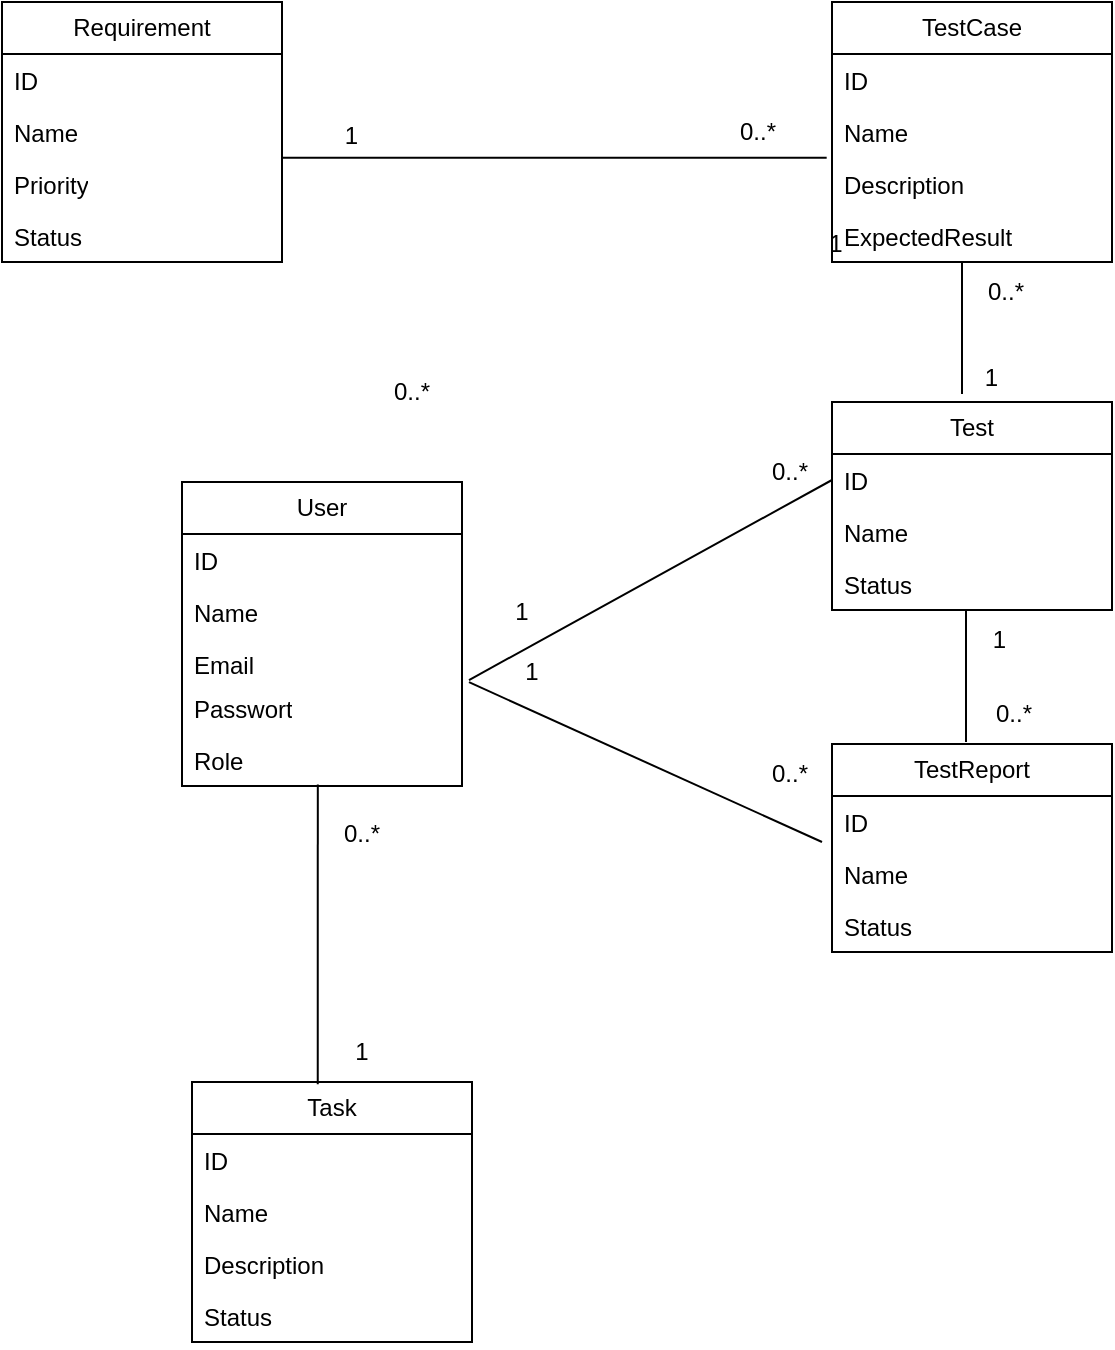
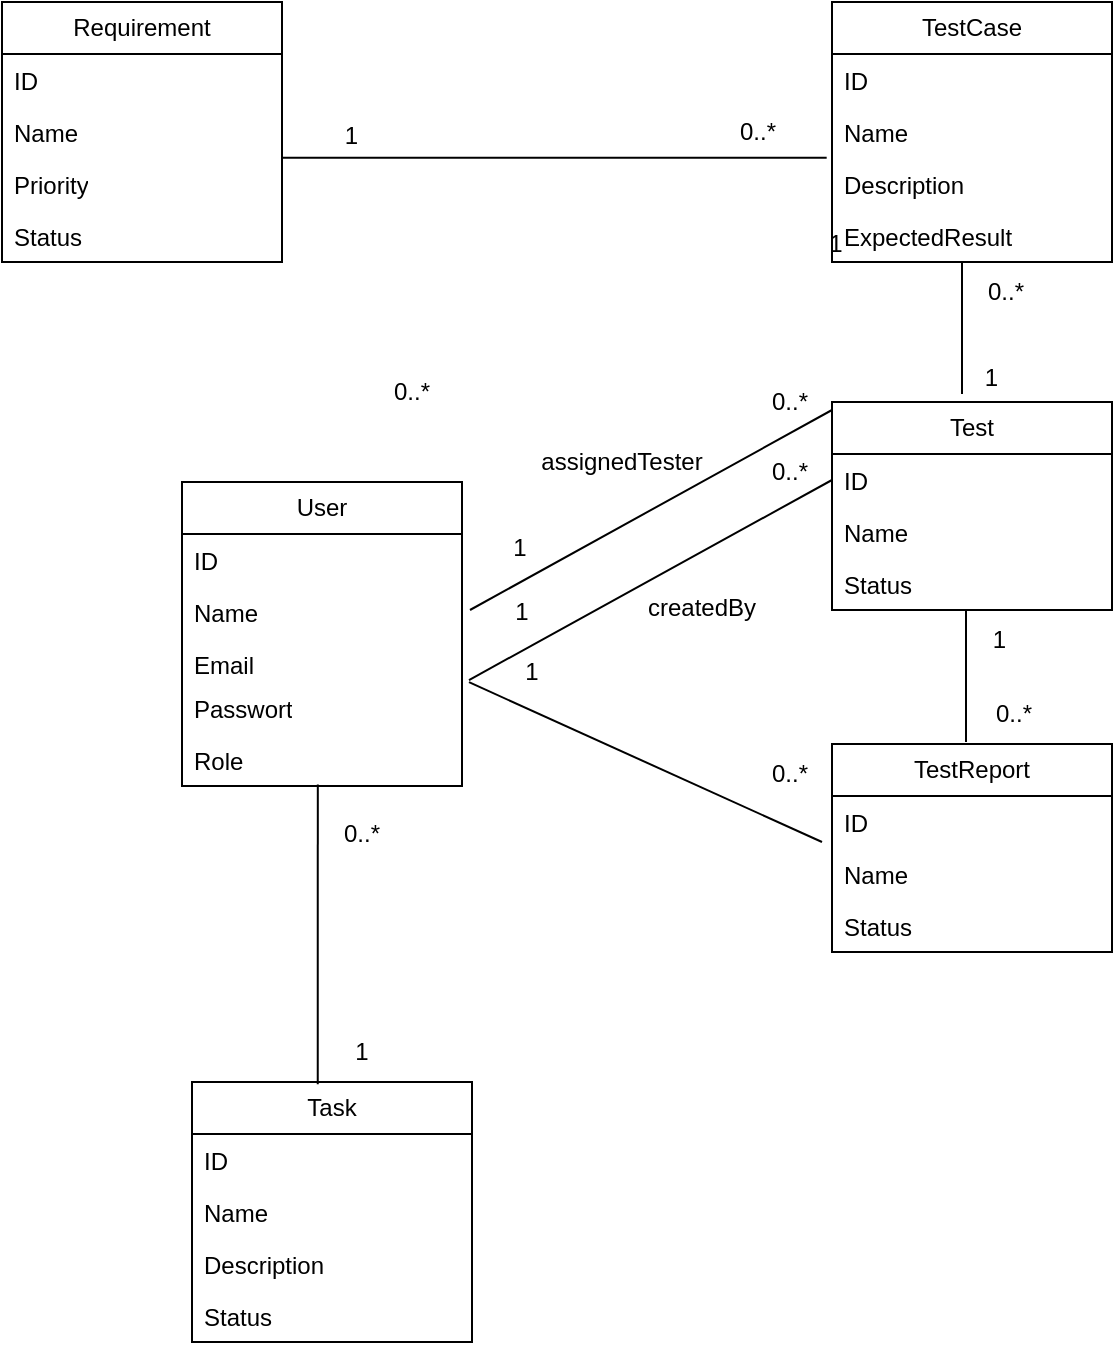
<mxfile host="app.diagrams.net" agent="Mozilla/5.0 (Macintosh; Intel Mac OS X 10_15_7) AppleWebKit/605.1.15 (KHTML, like Gecko) Version/26.2 Safari/605.1.15">
  <diagram name="Page-1" id="9UJmMtd8jPqIVRHSLT7q">
    <mxGraphModel dx="1571" dy="971" grid="1" gridSize="10" guides="1" tooltips="1" connect="1" arrows="1" fold="1" page="1" pageScale="1" pageWidth="827" pageHeight="1169" math="0" shadow="0">
      <root>
        <mxCell id="0" />
        <mxCell id="1" parent="0" />
        <mxCell id="j4pG7-vl0huJbFuu1q33-1" parent="1" style="swimlane;fontStyle=0;childLayout=stackLayout;horizontal=1;startSize=26;fillColor=none;horizontalStack=0;resizeParent=1;resizeParentMax=0;resizeLast=0;collapsible=1;marginBottom=0;whiteSpace=wrap;html=1;" value="User" vertex="1">
          <mxGeometry height="152" width="140" x="140" y="280" as="geometry" />
        </mxCell>
        <mxCell id="j4pG7-vl0huJbFuu1q33-2" parent="j4pG7-vl0huJbFuu1q33-1" style="text;strokeColor=none;fillColor=none;align=left;verticalAlign=top;spacingLeft=4;spacingRight=4;overflow=hidden;rotatable=0;points=[[0,0.5],[1,0.5]];portConstraint=eastwest;whiteSpace=wrap;html=1;" value="ID" vertex="1">
          <mxGeometry height="26" width="140" y="26" as="geometry" />
        </mxCell>
        <mxCell id="j4pG7-vl0huJbFuu1q33-3" parent="j4pG7-vl0huJbFuu1q33-1" style="text;strokeColor=none;fillColor=none;align=left;verticalAlign=top;spacingLeft=4;spacingRight=4;overflow=hidden;rotatable=0;points=[[0,0.5],[1,0.5]];portConstraint=eastwest;whiteSpace=wrap;html=1;" value="Name" vertex="1">
          <mxGeometry height="26" width="140" y="52" as="geometry" />
        </mxCell>
        <mxCell id="j4pG7-vl0huJbFuu1q33-4" parent="j4pG7-vl0huJbFuu1q33-1" style="text;strokeColor=none;fillColor=none;align=left;verticalAlign=top;spacingLeft=4;spacingRight=4;overflow=hidden;rotatable=0;points=[[0,0.5],[1,0.5]];portConstraint=eastwest;whiteSpace=wrap;html=1;" value="Email" vertex="1">
          <mxGeometry height="22" width="140" y="78" as="geometry" />
        </mxCell>
        <mxCell id="o-WvR14eICfOpZ58rvUq-1" parent="j4pG7-vl0huJbFuu1q33-1" style="text;strokeColor=none;fillColor=none;align=left;verticalAlign=top;spacingLeft=4;spacingRight=4;overflow=hidden;rotatable=0;points=[[0,0.5],[1,0.5]];portConstraint=eastwest;whiteSpace=wrap;html=1;" value="Passwort" vertex="1">
          <mxGeometry height="26" width="140" y="100" as="geometry" />
        </mxCell>
        <mxCell id="o-WvR14eICfOpZ58rvUq-2" parent="j4pG7-vl0huJbFuu1q33-1" style="text;strokeColor=none;fillColor=none;align=left;verticalAlign=top;spacingLeft=4;spacingRight=4;overflow=hidden;rotatable=0;points=[[0,0.5],[1,0.5]];portConstraint=eastwest;whiteSpace=wrap;html=1;" value="Role" vertex="1">
          <mxGeometry height="26" width="140" y="126" as="geometry" />
        </mxCell>
        <mxCell id="o-WvR14eICfOpZ58rvUq-3" parent="1" style="swimlane;fontStyle=0;childLayout=stackLayout;horizontal=1;startSize=26;fillColor=none;horizontalStack=0;resizeParent=1;resizeParentMax=0;resizeLast=0;collapsible=1;marginBottom=0;whiteSpace=wrap;html=1;" value="Requirement" vertex="1">
          <mxGeometry height="130" width="140" x="50" y="40" as="geometry" />
        </mxCell>
        <mxCell id="o-WvR14eICfOpZ58rvUq-4" parent="o-WvR14eICfOpZ58rvUq-3" style="text;strokeColor=none;fillColor=none;align=left;verticalAlign=top;spacingLeft=4;spacingRight=4;overflow=hidden;rotatable=0;points=[[0,0.5],[1,0.5]];portConstraint=eastwest;whiteSpace=wrap;html=1;" value="ID" vertex="1">
          <mxGeometry height="26" width="140" y="26" as="geometry" />
        </mxCell>
        <mxCell id="o-WvR14eICfOpZ58rvUq-5" parent="o-WvR14eICfOpZ58rvUq-3" style="text;strokeColor=none;fillColor=none;align=left;verticalAlign=top;spacingLeft=4;spacingRight=4;overflow=hidden;rotatable=0;points=[[0,0.5],[1,0.5]];portConstraint=eastwest;whiteSpace=wrap;html=1;" value="Name" vertex="1">
          <mxGeometry height="26" width="140" y="52" as="geometry" />
        </mxCell>
        <mxCell id="o-WvR14eICfOpZ58rvUq-6" parent="o-WvR14eICfOpZ58rvUq-3" style="text;strokeColor=none;fillColor=none;align=left;verticalAlign=top;spacingLeft=4;spacingRight=4;overflow=hidden;rotatable=0;points=[[0,0.5],[1,0.5]];portConstraint=eastwest;whiteSpace=wrap;html=1;" value="Priority" vertex="1">
          <mxGeometry height="26" width="140" y="78" as="geometry" />
        </mxCell>
        <mxCell id="o-WvR14eICfOpZ58rvUq-7" parent="o-WvR14eICfOpZ58rvUq-3" style="text;strokeColor=none;fillColor=none;align=left;verticalAlign=top;spacingLeft=4;spacingRight=4;overflow=hidden;rotatable=0;points=[[0,0.5],[1,0.5]];portConstraint=eastwest;whiteSpace=wrap;html=1;" value="Status" vertex="1">
          <mxGeometry height="26" width="140" y="104" as="geometry" />
        </mxCell>
        <mxCell id="o-WvR14eICfOpZ58rvUq-9" parent="1" style="swimlane;fontStyle=0;childLayout=stackLayout;horizontal=1;startSize=26;fillColor=none;horizontalStack=0;resizeParent=1;resizeParentMax=0;resizeLast=0;collapsible=1;marginBottom=0;whiteSpace=wrap;html=1;" value="TestCase" vertex="1">
          <mxGeometry height="130" width="140" x="465" y="40" as="geometry" />
        </mxCell>
        <mxCell id="o-WvR14eICfOpZ58rvUq-10" parent="o-WvR14eICfOpZ58rvUq-9" style="text;strokeColor=none;fillColor=none;align=left;verticalAlign=top;spacingLeft=4;spacingRight=4;overflow=hidden;rotatable=0;points=[[0,0.5],[1,0.5]];portConstraint=eastwest;whiteSpace=wrap;html=1;" value="ID" vertex="1">
          <mxGeometry height="26" width="140" y="26" as="geometry" />
        </mxCell>
        <mxCell id="o-WvR14eICfOpZ58rvUq-11" parent="o-WvR14eICfOpZ58rvUq-9" style="text;strokeColor=none;fillColor=none;align=left;verticalAlign=top;spacingLeft=4;spacingRight=4;overflow=hidden;rotatable=0;points=[[0,0.5],[1,0.5]];portConstraint=eastwest;whiteSpace=wrap;html=1;" value="Name" vertex="1">
          <mxGeometry height="26" width="140" y="52" as="geometry" />
        </mxCell>
        <mxCell id="o-WvR14eICfOpZ58rvUq-12" parent="o-WvR14eICfOpZ58rvUq-9" style="text;strokeColor=none;fillColor=none;align=left;verticalAlign=top;spacingLeft=4;spacingRight=4;overflow=hidden;rotatable=0;points=[[0,0.5],[1,0.5]];portConstraint=eastwest;whiteSpace=wrap;html=1;" value="Description" vertex="1">
          <mxGeometry height="26" width="140" y="78" as="geometry" />
        </mxCell>
        <mxCell id="o-WvR14eICfOpZ58rvUq-13" parent="o-WvR14eICfOpZ58rvUq-9" style="text;strokeColor=none;fillColor=none;align=left;verticalAlign=top;spacingLeft=4;spacingRight=4;overflow=hidden;rotatable=0;points=[[0,0.5],[1,0.5]];portConstraint=eastwest;whiteSpace=wrap;html=1;" value="ExpectedResult" vertex="1">
          <mxGeometry height="26" width="140" y="104" as="geometry" />
        </mxCell>
        <mxCell id="o-WvR14eICfOpZ58rvUq-14" parent="1" style="swimlane;fontStyle=0;childLayout=stackLayout;horizontal=1;startSize=26;fillColor=none;horizontalStack=0;resizeParent=1;resizeParentMax=0;resizeLast=0;collapsible=1;marginBottom=0;whiteSpace=wrap;html=1;" value="Test" vertex="1">
          <mxGeometry height="104" width="140" x="465" y="240" as="geometry" />
        </mxCell>
        <mxCell id="o-WvR14eICfOpZ58rvUq-15" parent="o-WvR14eICfOpZ58rvUq-14" style="text;strokeColor=none;fillColor=none;align=left;verticalAlign=top;spacingLeft=4;spacingRight=4;overflow=hidden;rotatable=0;points=[[0,0.5],[1,0.5]];portConstraint=eastwest;whiteSpace=wrap;html=1;" value="ID" vertex="1">
          <mxGeometry height="26" width="140" y="26" as="geometry" />
        </mxCell>
        <mxCell id="o-WvR14eICfOpZ58rvUq-16" parent="o-WvR14eICfOpZ58rvUq-14" style="text;strokeColor=none;fillColor=none;align=left;verticalAlign=top;spacingLeft=4;spacingRight=4;overflow=hidden;rotatable=0;points=[[0,0.5],[1,0.5]];portConstraint=eastwest;whiteSpace=wrap;html=1;" value="Name" vertex="1">
          <mxGeometry height="26" width="140" y="52" as="geometry" />
        </mxCell>
        <mxCell id="o-WvR14eICfOpZ58rvUq-17" parent="o-WvR14eICfOpZ58rvUq-14" style="text;strokeColor=none;fillColor=none;align=left;verticalAlign=top;spacingLeft=4;spacingRight=4;overflow=hidden;rotatable=0;points=[[0,0.5],[1,0.5]];portConstraint=eastwest;whiteSpace=wrap;html=1;" value="Status" vertex="1">
          <mxGeometry height="26" width="140" y="78" as="geometry" />
        </mxCell>
        <mxCell id="o-WvR14eICfOpZ58rvUq-19" parent="1" style="swimlane;fontStyle=0;childLayout=stackLayout;horizontal=1;startSize=26;fillColor=none;horizontalStack=0;resizeParent=1;resizeParentMax=0;resizeLast=0;collapsible=1;marginBottom=0;whiteSpace=wrap;html=1;" value="Task" vertex="1">
          <mxGeometry height="130" width="140" x="145" y="580" as="geometry" />
        </mxCell>
        <mxCell id="o-WvR14eICfOpZ58rvUq-20" parent="o-WvR14eICfOpZ58rvUq-19" style="text;strokeColor=none;fillColor=none;align=left;verticalAlign=top;spacingLeft=4;spacingRight=4;overflow=hidden;rotatable=0;points=[[0,0.5],[1,0.5]];portConstraint=eastwest;whiteSpace=wrap;html=1;" value="ID" vertex="1">
          <mxGeometry height="26" width="140" y="26" as="geometry" />
        </mxCell>
        <mxCell id="o-WvR14eICfOpZ58rvUq-21" parent="o-WvR14eICfOpZ58rvUq-19" style="text;strokeColor=none;fillColor=none;align=left;verticalAlign=top;spacingLeft=4;spacingRight=4;overflow=hidden;rotatable=0;points=[[0,0.5],[1,0.5]];portConstraint=eastwest;whiteSpace=wrap;html=1;" value="Name" vertex="1">
          <mxGeometry height="26" width="140" y="52" as="geometry" />
        </mxCell>
        <mxCell id="o-WvR14eICfOpZ58rvUq-22" parent="o-WvR14eICfOpZ58rvUq-19" style="text;strokeColor=none;fillColor=none;align=left;verticalAlign=top;spacingLeft=4;spacingRight=4;overflow=hidden;rotatable=0;points=[[0,0.5],[1,0.5]];portConstraint=eastwest;whiteSpace=wrap;html=1;" value="Description" vertex="1">
          <mxGeometry height="26" width="140" y="78" as="geometry" />
        </mxCell>
        <mxCell id="o-WvR14eICfOpZ58rvUq-23" parent="o-WvR14eICfOpZ58rvUq-19" style="text;strokeColor=none;fillColor=none;align=left;verticalAlign=top;spacingLeft=4;spacingRight=4;overflow=hidden;rotatable=0;points=[[0,0.5],[1,0.5]];portConstraint=eastwest;whiteSpace=wrap;html=1;" value="Status" vertex="1">
          <mxGeometry height="26" width="140" y="104" as="geometry" />
        </mxCell>
        <mxCell id="o-WvR14eICfOpZ58rvUq-24" parent="1" style="swimlane;fontStyle=0;childLayout=stackLayout;horizontal=1;startSize=26;fillColor=none;horizontalStack=0;resizeParent=1;resizeParentMax=0;resizeLast=0;collapsible=1;marginBottom=0;whiteSpace=wrap;html=1;" value="TestReport" vertex="1">
          <mxGeometry height="104" width="140" x="465" y="411" as="geometry" />
        </mxCell>
        <mxCell id="o-WvR14eICfOpZ58rvUq-25" parent="o-WvR14eICfOpZ58rvUq-24" style="text;strokeColor=none;fillColor=none;align=left;verticalAlign=top;spacingLeft=4;spacingRight=4;overflow=hidden;rotatable=0;points=[[0,0.5],[1,0.5]];portConstraint=eastwest;whiteSpace=wrap;html=1;" value="ID" vertex="1">
          <mxGeometry height="26" width="140" y="26" as="geometry" />
        </mxCell>
        <mxCell id="drSWdjsGve0Spve9kgra-5" parent="o-WvR14eICfOpZ58rvUq-24" style="text;strokeColor=none;fillColor=none;align=left;verticalAlign=top;spacingLeft=4;spacingRight=4;overflow=hidden;rotatable=0;points=[[0,0.5],[1,0.5]];portConstraint=eastwest;whiteSpace=wrap;html=1;" value="Name" vertex="1">
          <mxGeometry height="26" width="140" y="52" as="geometry" />
        </mxCell>
        <mxCell id="o-WvR14eICfOpZ58rvUq-27" parent="o-WvR14eICfOpZ58rvUq-24" style="text;strokeColor=none;fillColor=none;align=left;verticalAlign=top;spacingLeft=4;spacingRight=4;overflow=hidden;rotatable=0;points=[[0,0.5],[1,0.5]];portConstraint=eastwest;whiteSpace=wrap;html=1;" value="Status" vertex="1">
          <mxGeometry height="26" width="140" y="78" as="geometry" />
        </mxCell>
        <mxCell id="o-WvR14eICfOpZ58rvUq-37" parent="1" style="text;html=1;whiteSpace=wrap;strokeColor=none;fillColor=none;align=center;verticalAlign=middle;rounded=0;" value="1" vertex="1">
          <mxGeometry height="30" width="60" x="437" y="146" as="geometry" />
        </mxCell>
        <mxCell id="o-WvR14eICfOpZ58rvUq-38" parent="1" style="text;html=1;whiteSpace=wrap;strokeColor=none;fillColor=none;align=center;verticalAlign=middle;rounded=0;" value="0..*" vertex="1">
          <mxGeometry height="30" width="60" x="398" y="90" as="geometry" />
        </mxCell>
        <mxCell id="o-WvR14eICfOpZ58rvUq-39" parent="1" style="text;html=1;whiteSpace=wrap;strokeColor=none;fillColor=none;align=center;verticalAlign=middle;rounded=0;" value="0..*" vertex="1">
          <mxGeometry height="30" width="60" x="526" y="381" as="geometry" />
        </mxCell>
        <mxCell id="o-WvR14eICfOpZ58rvUq-44" parent="1" style="text;html=1;whiteSpace=wrap;strokeColor=none;fillColor=none;align=center;verticalAlign=middle;rounded=0;" value="0..*" vertex="1">
          <mxGeometry height="30" width="60" x="414" y="411" as="geometry" />
        </mxCell>
        <mxCell id="o-WvR14eICfOpZ58rvUq-45" parent="1" style="text;html=1;whiteSpace=wrap;strokeColor=none;fillColor=none;align=center;verticalAlign=middle;rounded=0;" value="1" vertex="1">
          <mxGeometry height="30" width="60" x="285" y="360" as="geometry" />
        </mxCell>
        <mxCell id="o-WvR14eICfOpZ58rvUq-49" parent="1" style="text;html=1;whiteSpace=wrap;strokeColor=none;fillColor=none;align=center;verticalAlign=middle;rounded=0;" value="0..*" vertex="1">
          <mxGeometry height="30" width="60" x="225" y="220" as="geometry" />
        </mxCell>
        <mxCell id="o-WvR14eICfOpZ58rvUq-58" edge="1" parent="1" source="o-WvR14eICfOpZ58rvUq-6" style="endArrow=none;html=1;rounded=0;entryX=-0.019;entryY=-0.004;entryDx=0;entryDy=0;exitX=1.001;exitY=-0.004;exitDx=0;exitDy=0;exitPerimeter=0;entryPerimeter=0;" target="o-WvR14eICfOpZ58rvUq-12" value="">
          <mxGeometry relative="1" as="geometry">
            <mxPoint x="207" y="120" as="sourcePoint" />
            <mxPoint x="437" y="120" as="targetPoint" />
          </mxGeometry>
        </mxCell>
        <mxCell id="o-WvR14eICfOpZ58rvUq-59" connectable="0" parent="o-WvR14eICfOpZ58rvUq-58" style="resizable=0;html=1;whiteSpace=wrap;align=right;verticalAlign=bottom;" value="1" vertex="1">
          <mxGeometry relative="1" x="1" as="geometry">
            <mxPoint x="-233" y="-2" as="offset" />
          </mxGeometry>
        </mxCell>
        <mxCell id="o-WvR14eICfOpZ58rvUq-60" edge="1" parent="1" style="endArrow=none;html=1;rounded=0;" value="">
          <mxGeometry relative="1" as="geometry">
            <mxPoint x="530" y="170" as="sourcePoint" />
            <mxPoint x="530" y="236" as="targetPoint" />
          </mxGeometry>
        </mxCell>
        <mxCell id="o-WvR14eICfOpZ58rvUq-61" connectable="0" parent="o-WvR14eICfOpZ58rvUq-60" style="resizable=0;html=1;whiteSpace=wrap;align=right;verticalAlign=bottom;" value="1" vertex="1">
          <mxGeometry relative="1" x="1" as="geometry">
            <mxPoint x="19" as="offset" />
          </mxGeometry>
        </mxCell>
        <mxCell id="drSWdjsGve0Spve9kgra-2" parent="1" style="text;html=1;whiteSpace=wrap;strokeColor=none;fillColor=none;align=center;verticalAlign=middle;rounded=0;" value="0..*" vertex="1">
          <mxGeometry height="30" width="60" x="522" y="170" as="geometry" />
        </mxCell>
        <mxCell id="drSWdjsGve0Spve9kgra-3" edge="1" parent="1" style="endArrow=none;html=1;rounded=0;" value="">
          <mxGeometry relative="1" as="geometry">
            <mxPoint x="532" y="344" as="sourcePoint" />
            <mxPoint x="532" y="410" as="targetPoint" />
          </mxGeometry>
        </mxCell>
        <mxCell id="drSWdjsGve0Spve9kgra-4" connectable="0" parent="drSWdjsGve0Spve9kgra-3" style="resizable=0;html=1;whiteSpace=wrap;align=right;verticalAlign=bottom;" value="1" vertex="1">
          <mxGeometry relative="1" x="1" as="geometry">
            <mxPoint x="21" y="-43" as="offset" />
          </mxGeometry>
        </mxCell>
        <mxCell id="drSWdjsGve0Spve9kgra-6" edge="1" parent="1" source="o-WvR14eICfOpZ58rvUq-1" style="endArrow=none;html=1;rounded=0;fontSize=12;startSize=8;endSize=8;curved=1;exitX=1.025;exitY=0.004;exitDx=0;exitDy=0;exitPerimeter=0;" value="">
          <mxGeometry height="50" relative="1" width="50" as="geometry">
            <mxPoint x="212" y="510" as="sourcePoint" />
            <mxPoint x="460" y="460" as="targetPoint" />
          </mxGeometry>
        </mxCell>
        <mxCell id="drSWdjsGve0Spve9kgra-7" edge="1" parent="1" source="o-WvR14eICfOpZ58rvUq-1" style="endArrow=none;html=1;rounded=0;fontSize=12;startSize=8;endSize=8;curved=1;exitX=1.025;exitY=-0.038;exitDx=0;exitDy=0;exitPerimeter=0;entryX=0;entryY=0.5;entryDx=0;entryDy=0;" target="o-WvR14eICfOpZ58rvUq-15" value="">
          <mxGeometry height="50" relative="1" width="50" as="geometry">
            <mxPoint x="340" y="410" as="sourcePoint" />
            <mxPoint x="516" y="490" as="targetPoint" />
          </mxGeometry>
        </mxCell>
        <mxCell id="drSWdjsGve0Spve9kgra-8" parent="1" style="text;html=1;whiteSpace=wrap;strokeColor=none;fillColor=none;align=center;verticalAlign=middle;rounded=0;" value="1" vertex="1">
          <mxGeometry height="30" width="60" x="280" y="330" as="geometry" />
        </mxCell>
        <mxCell id="drSWdjsGve0Spve9kgra-9" parent="1" style="text;html=1;whiteSpace=wrap;strokeColor=none;fillColor=none;align=center;verticalAlign=middle;rounded=0;" value="0..*" vertex="1">
          <mxGeometry height="30" width="60" x="414" y="260" as="geometry" />
        </mxCell>
        <mxCell id="drSWdjsGve0Spve9kgra-10" edge="1" parent="1" source="o-WvR14eICfOpZ58rvUq-2" style="endArrow=none;html=1;rounded=0;fontSize=12;startSize=8;endSize=8;curved=1;entryX=0.449;entryY=0.009;entryDx=0;entryDy=0;entryPerimeter=0;exitX=0.485;exitY=0.97;exitDx=0;exitDy=0;exitPerimeter=0;" target="o-WvR14eICfOpZ58rvUq-19" value="">
          <mxGeometry height="50" relative="1" width="50" as="geometry">
            <mxPoint x="208" y="490" as="sourcePoint" />
            <mxPoint x="516" y="490" as="targetPoint" />
          </mxGeometry>
        </mxCell>
        <mxCell id="drSWdjsGve0Spve9kgra-11" parent="1" style="text;html=1;whiteSpace=wrap;strokeColor=none;fillColor=none;align=center;verticalAlign=middle;rounded=0;" value="1" vertex="1">
          <mxGeometry height="30" width="60" x="200" y="550" as="geometry" />
        </mxCell>
        <mxCell id="drSWdjsGve0Spve9kgra-12" parent="1" style="text;html=1;whiteSpace=wrap;strokeColor=none;fillColor=none;align=center;verticalAlign=middle;rounded=0;" value="0..*" vertex="1">
          <mxGeometry height="30" width="60" x="200" y="441" as="geometry" />
        </mxCell>
+         <mxCell id="drSWdjsGve0Spve9kgra-13" edge="1" parent="1" style="endArrow=none;html=1;rounded=0;fontSize=12;startSize=8;endSize=8;curved=1;exitX=1.025;exitY=-0.038;exitDx=0;exitDy=0;exitPerimeter=0;entryX=0;entryY=0.5;entryDx=0;entryDy=0;" value="">
+           <mxGeometry height="50" relative="1" width="50" as="geometry">
+             <mxPoint x="284" y="344" as="sourcePoint" />
+             <mxPoint x="465" y="244" as="targetPoint" />
+           </mxGeometry>
+         </mxCell>
+         <mxCell id="drSWdjsGve0Spve9kgra-14" parent="1" style="text;html=1;whiteSpace=wrap;strokeColor=none;fillColor=none;align=center;verticalAlign=middle;rounded=0;" value="1" vertex="1">
+           <mxGeometry height="30" width="60" x="279" y="298" as="geometry" />
+         </mxCell>
+         <mxCell id="drSWdjsGve0Spve9kgra-15" parent="1" style="text;html=1;whiteSpace=wrap;strokeColor=none;fillColor=none;align=center;verticalAlign=middle;rounded=0;" value="0..*" vertex="1">
+           <mxGeometry height="30" width="60" x="414" y="225" as="geometry" />
+         </mxCell>
+         <mxCell id="drSWdjsGve0Spve9kgra-16" parent="1" style="text;html=1;whiteSpace=wrap;strokeColor=none;fillColor=none;align=center;verticalAlign=middle;rounded=0;fontSize=12;fontFamily=Helvetica;" value="createdBy" vertex="1">
+           <mxGeometry height="30" width="60" x="370" y="328" as="geometry" />
+         </mxCell>
+         <mxCell id="drSWdjsGve0Spve9kgra-17" parent="1" style="text;html=1;whiteSpace=wrap;strokeColor=none;fillColor=none;align=center;verticalAlign=middle;rounded=0;fontSize=12;fontFamily=Helvetica;" value="assignedTester" vertex="1">
+           <mxGeometry height="30" width="60" x="330" y="255" as="geometry" />
+         </mxCell>
      </root>
    </mxGraphModel>
  </diagram>
</mxfile>
